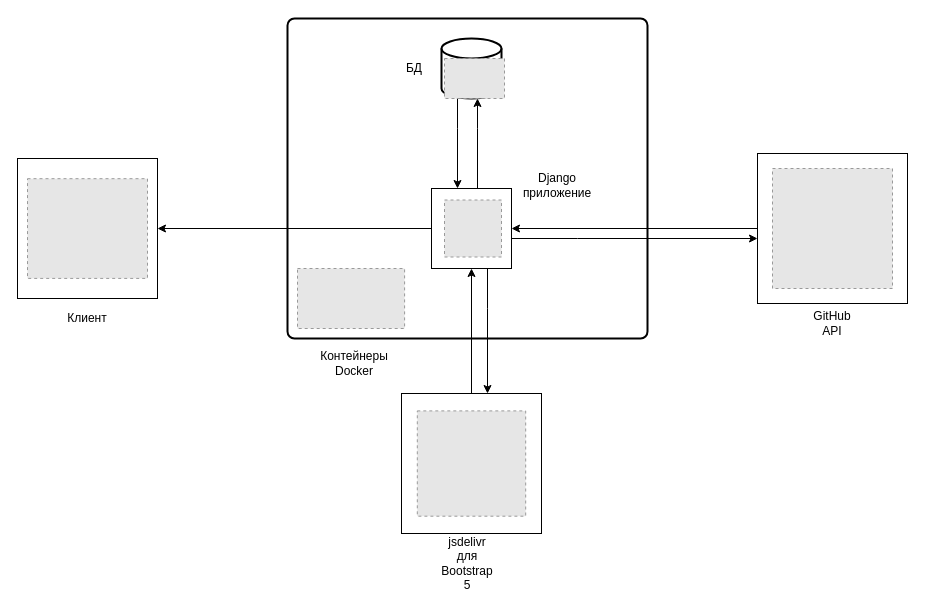
bondarenkoi07/auto_labs keeps this draw.io diagram as page "Page-1" (1 of 2) of Untitled Diagram.drawio. Above is the earlier version. Source tidied: cells renumbered, new cells numbered last; positions are measured from the earlier drawing's top-left corner, leaving out a move shared by most shapes. Both pictures are drawn from the tidied source at 100%, with x=0, y=0 at pixel (17, 18). Pictures stored in the file or linked from it are replaced by grey dashed boxes.
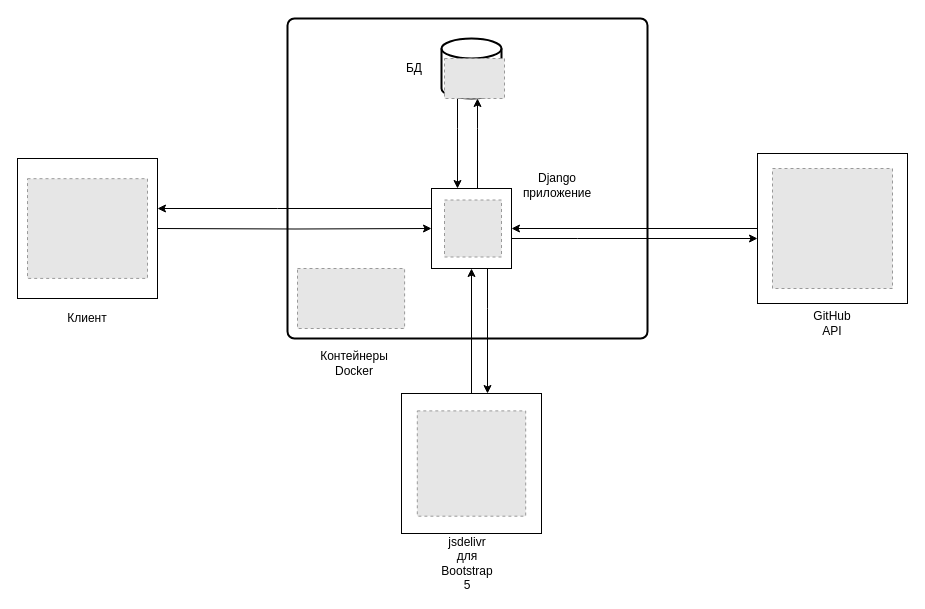
After the change.

The change refers to these unchanged cells:
```xml
<mxCell id="10" style="whiteSpace=wrap;html=1;" parent="1" vertex="1">
  <mxGeometry x="414" y="170" width="80" height="80" as="geometry" />
</mxCell>
<mxCell id="13" style="whiteSpace=wrap;html=1;" parent="1" vertex="1">
  <mxGeometry y="140" width="140" height="140" as="geometry" />
</mxCell>
```

Diff of the diagram source:
```diff
@@
     <mxCell id="8" style="edgeStyle=orthogonalEdgeStyle;rounded=0;jettySize=auto;html=1;" parent="1" edge="1" source="10" target="13">
-      <mxGeometry relative="1" as="geometry" />
+      <mxGeometry relative="1" as="geometry">
+        <Array as="points">
+          <mxPoint x="260" y="190" />
+          <mxPoint x="260" y="190" />
+        </Array>
+      </mxGeometry>
     </mxCell>
@@
+    <mxCell id="27" style="edgeStyle=orthogonalEdgeStyle;rounded=0;jettySize=auto;html=1;entryX=0;entryY=0.5;entryDx=0;entryDy=0;" parent="1" edge="1" target="10">
+      <mxGeometry relative="1" as="geometry">
+        <mxPoint x="140" y="210" as="sourcePoint" />
+      </mxGeometry>
+    </mxCell>
```
